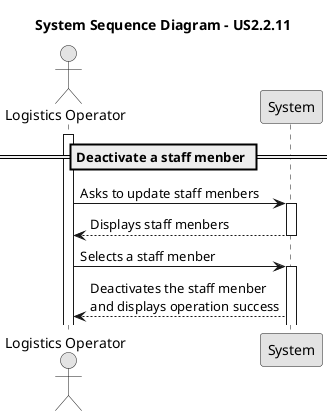
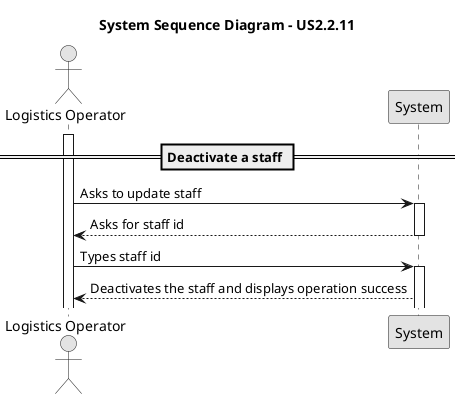
@startuml 2.2.11
skinparam monochrome true
skinparam packageStyle rectangle
skinparam shadowing false

actor "Logistics Operator" as LogisticsOperator
participant "System" as system

title System Sequence Diagram - US2.2.11

- == Deactivate a staff menber ==
+ == Deactivate a staff ==
activate LogisticsOperator

- LogisticsOperator -> system : Asks to update staff menbers
+ LogisticsOperator -> system : Asks to update staff
activate system

- system --> LogisticsOperator : Displays staff menbers
+ system --> LogisticsOperator : Asks for staff id
deactivate system

- LogisticsOperator -> system : Selects a staff menber
+ LogisticsOperator -> system : Types staff id
activate system

- system --> LogisticsOperator : Deactivates the staff menber\nand displays operation success
+ system --> LogisticsOperator : Deactivates the staff and displays operation success


@enduml
